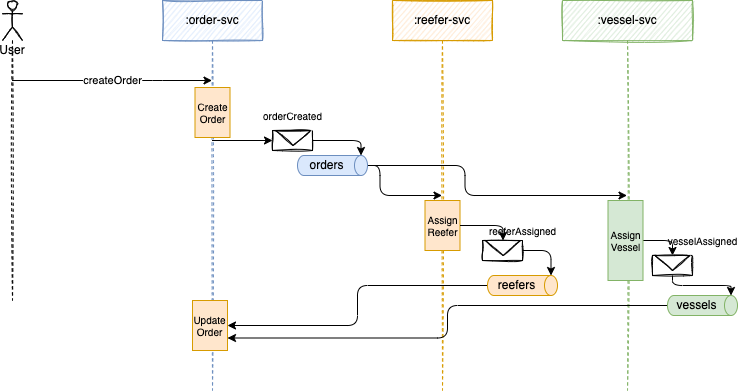
Above: docs/diagrams/saga-flow-1.drawio.png in jbcodeforce/saga-choreography-kafka (draw.io), before the change. Source tidied: cells renumbered, new cells last; positions are measured from the earlier drawing's top-left corner, leaving out a move shared by most shapes.
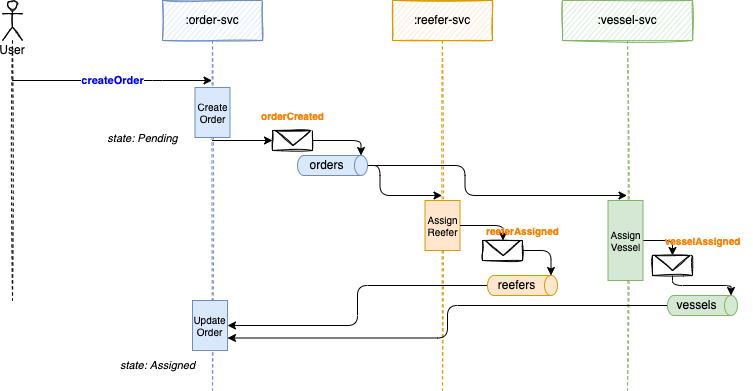
The same diagram one commit later.

Diff of the diagram source:
```diff
@@ -8,13 +8,13 @@
     <mxCell id="3" value=":order-svc" style="shape=umlLifeline;perimeter=lifelinePerimeter;whiteSpace=wrap;html=1;outlineConnect=0;shadow=0;sketch=1;fillColor=#dae8fc;strokeColor=#6c8ebf;" parent="1" vertex="1">
       <mxGeometry x="160" width="100" height="390" as="geometry" />
     </mxCell>
-    <mxCell id="4" value="Create Order" style="rounded=0;whiteSpace=wrap;html=1;shadow=0;fontSize=10;fillColor=#ffe6cc;strokeColor=#d79b00;" parent="3" vertex="1">
+    <mxCell id="4" value="Create Order" style="rounded=0;whiteSpace=wrap;html=1;shadow=0;fontSize=10;fillColor=#dae8fc;strokeColor=#6c8ebf;" parent="3" vertex="1">
       <mxGeometry x="32.5" y="87" width="35" height="50" as="geometry" />
     </mxCell>
-    <mxCell id="5" value="Update Order" style="rounded=0;whiteSpace=wrap;html=1;shadow=0;fontSize=10;fillColor=#ffe6cc;strokeColor=#d79b00;" parent="3" vertex="1">
+    <mxCell id="5" value="Update Order" style="rounded=0;whiteSpace=wrap;html=1;shadow=0;fontSize=10;fillColor=#dae8fc;strokeColor=#6c8ebf;" parent="3" vertex="1">
       <mxGeometry x="30" y="300" width="35" height="50" as="geometry" />
     </mxCell>
-    <mxCell id="6" value="createOrder" style="edgeStyle=none;html=1;" parent="1" edge="1" source="7" target="3">
+    <mxCell id="6" value="&lt;b&gt;&lt;font color=&quot;#0000ff&quot;&gt;createOrder&lt;/font&gt;&lt;/b&gt;" style="edgeStyle=none;html=1;" parent="1" edge="1" source="7" target="3">
       <mxGeometry relative="1" as="geometry">
         <Array as="points">
           <mxPoint x="150" y="80" />
@@ -66,8 +66,8 @@
     <mxCell id="21" style="edgeStyle=orthogonalEdgeStyle;html=1;exitX=1;exitY=0.5;exitDx=0;exitDy=0;entryX=0;entryY=0;entryDx=0;entryDy=6.498687744140625;entryPerimeter=0;" parent="1" edge="1" source="16" target="20">
       <mxGeometry relative="1" as="geometry" />
     </mxCell>
-    <mxCell id="22" value="orderCreated" style="text;html=1;align=center;verticalAlign=middle;strokeColor=none;fillColor=none;shadow=0;sketch=1;fontSize=10;" parent="1" vertex="1">
-      <mxGeometry x="250" y="100" width="80" height="30" as="geometry" />
+    <mxCell id="22" value="&lt;font color=&quot;#ff8000&quot;&gt;&lt;b&gt;orderCreated&lt;/b&gt;&lt;/font&gt;" style="text;html=1;align=center;verticalAlign=middle;strokeColor=none;fillColor=none;shadow=0;sketch=1;fontSize=10;" parent="1" vertex="1">
+      <mxGeometry x="245" y="100" width="90" height="30" as="geometry" />
     </mxCell>
     <mxCell id="23" style="edgeStyle=orthogonalEdgeStyle;html=1;entryX=1;entryY=0.5;entryDx=0;entryDy=0;fontSize=10;" parent="1" edge="1" source="24" target="5">
       <mxGeometry relative="1" as="geometry" />
@@ -96,14 +96,20 @@
     <mxCell id="31" style="edgeStyle=orthogonalEdgeStyle;html=1;exitX=1;exitY=0.5;exitDx=0;exitDy=0;entryX=0;entryY=0;entryDx=0;entryDy=6.498687744140625;entryPerimeter=0;fontSize=10;" parent="1" edge="1" source="28" target="24">
       <mxGeometry relative="1" as="geometry" />
     </mxCell>
-    <mxCell id="32" value="reeferAssigned" style="text;html=1;align=center;verticalAlign=middle;strokeColor=none;fillColor=none;fontSize=10;" parent="1" vertex="1">
-      <mxGeometry x="475" y="215" width="90" height="30" as="geometry" />
+    <mxCell id="32" value="&lt;b&gt;&lt;font color=&quot;#ff8000&quot;&gt;reeferAssigned&lt;/font&gt;&lt;/b&gt;" style="text;html=1;align=center;verticalAlign=middle;strokeColor=none;fillColor=none;fontSize=10;" parent="1" vertex="1">
+      <mxGeometry x="470" y="215" width="100" height="30" as="geometry" />
     </mxCell>
     <mxCell id="33" style="edgeStyle=orthogonalEdgeStyle;html=1;entryX=0;entryY=0;entryDx=0;entryDy=6.498687744140625;entryPerimeter=0;fontSize=10;" parent="1" edge="1" source="13" target="26">
       <mxGeometry relative="1" as="geometry" />
     </mxCell>
-    <mxCell id="34" value="vesselAssigned" style="text;html=1;align=center;verticalAlign=middle;strokeColor=none;fillColor=none;fontSize=10;" parent="1" vertex="1">
-      <mxGeometry x="655" y="225" width="90" height="30" as="geometry" />
+    <mxCell id="34" value="&lt;font color=&quot;#ff8000&quot;&gt;&lt;b&gt;vesselAssigned&lt;/b&gt;&lt;/font&gt;" style="text;html=1;align=center;verticalAlign=middle;strokeColor=none;fillColor=none;fontSize=10;" parent="1" vertex="1">
+      <mxGeometry x="650" y="225" width="100" height="30" as="geometry" />
     </mxCell>
+    <mxCell id="35" value="state: Pending" style="text;html=1;align=center;verticalAlign=middle;strokeColor=none;fillColor=none;fontColor=#000000;fontStyle=2;fontSize=11;" parent="1" vertex="1">
+      <mxGeometry x="95" y="123" width="90" height="30" as="geometry" />
+    </mxCell>
+    <mxCell id="36" value="state: Assigned" style="text;html=1;align=center;verticalAlign=middle;strokeColor=none;fillColor=none;fontColor=#000000;fontStyle=2;fontSize=11;" parent="1" vertex="1">
+      <mxGeometry x="105" y="350" width="100" height="30" as="geometry" />
+    </mxCell>
   </root>
 </mxGraphModel>
```
